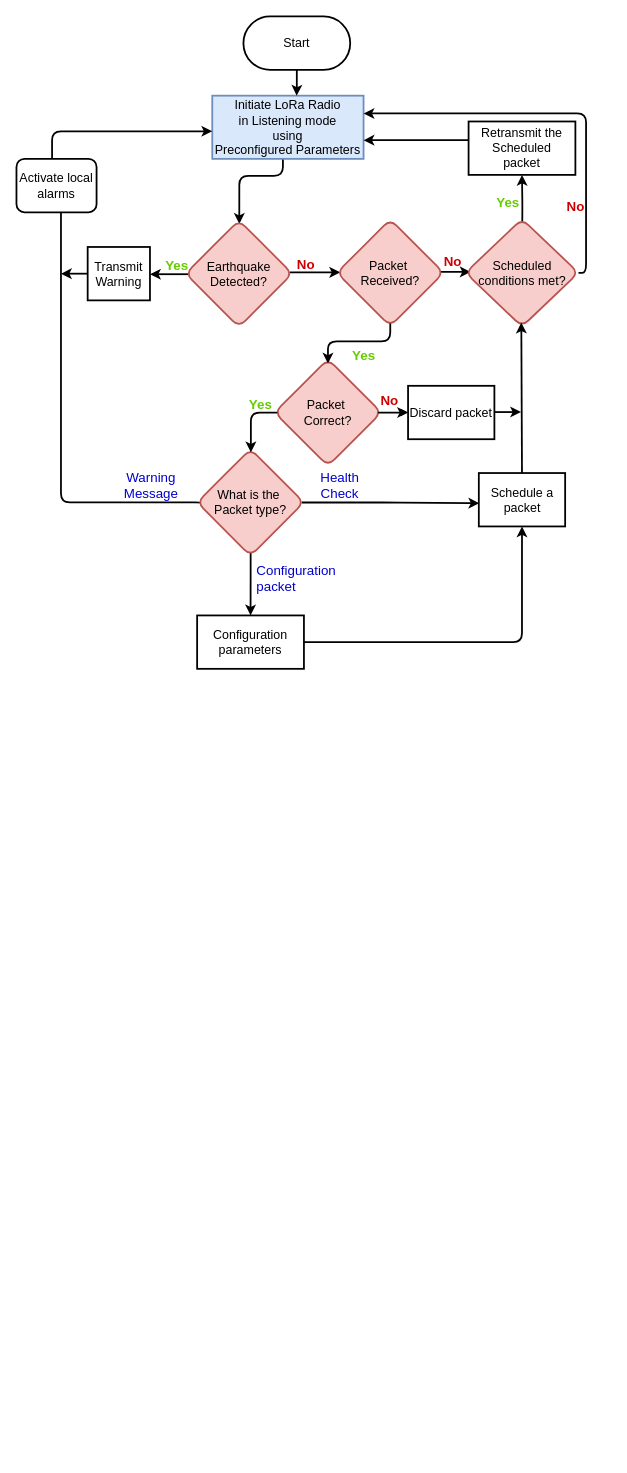
NuwanUdara/my-diagrams keeps this draw.io diagram as Relay_Node.drawio. Above is the earlier version. Source tidied: cells renumbered, new cells numbered last; positions are measured from the earlier drawing's top-left corner, leaving out a move shared by most shapes. Both pictures are drawn from the tidied source at 89%, with x=0, y=0 at pixel (16, 16).
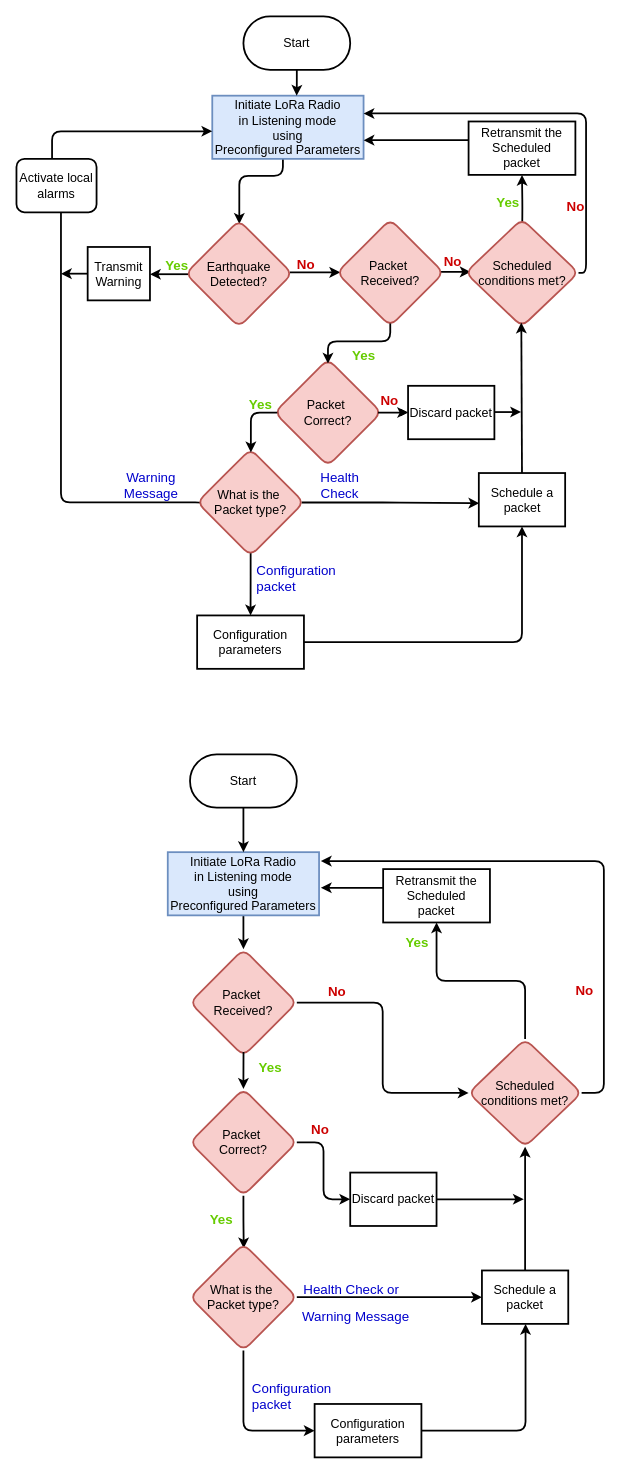
The same page after the edit.

What changed in the source:
```diff
@@
+    <mxCell id="46" style="edgeStyle=orthogonalEdgeStyle;rounded=1;jettySize=auto;html=1;entryX=0.5;entryY=0;entryDx=0;entryDy=0;strokeColor=default;strokeWidth=2;align=center;verticalAlign=middle;fontFamily=Helvetica;fontSize=11;fontColor=default;labelBackgroundColor=default;endArrow=classic;" parent="1" edge="1" source="47" target="50">
+      <mxGeometry relative="1" as="geometry">
+        <Array as="points">
+          <mxPoint x="255" y="1029" />
+          <mxPoint x="255" y="1029" />
+        </Array>
+      </mxGeometry>
+    </mxCell>
+    <mxCell id="47" value="Initiate LoRa Radio&lt;br style=&quot;font-size: 14px;&quot;&gt;in Listening mode&lt;div style=&quot;font-size: 14px;&quot;&gt;using&lt;/div&gt;&lt;div style=&quot;font-size: 14px;&quot;&gt;Preconfigured Parameters&lt;br&gt;&lt;/div&gt;" style="rounded=1;whiteSpace=wrap;html=1;arcSize=0;fillColor=#dae8fc;strokeColor=#6c8ebf;fontStyle=0;fontSize=14;strokeWidth=2;" parent="1" vertex="1">
+      <mxGeometry x="170" y="939" width="170" height="71" as="geometry" />
+    </mxCell>
+    <mxCell id="48" style="edgeStyle=orthogonalEdgeStyle;rounded=1;jettySize=auto;html=1;strokeColor=default;align=center;verticalAlign=middle;fontFamily=Helvetica;fontSize=11;fontColor=default;labelBackgroundColor=default;endArrow=classic;strokeWidth=2;" parent="1" edge="1" source="49" target="47">
+      <mxGeometry relative="1" as="geometry">
+        <Array as="points">
+          <mxPoint x="255" y="909" />
+          <mxPoint x="255" y="909" />
+        </Array>
+      </mxGeometry>
+    </mxCell>
+    <mxCell id="49" value="Start" style="rounded=1;whiteSpace=wrap;html=1;arcSize=50;fontStyle=0;fontSize=14;strokeWidth=2;" parent="1" vertex="1">
+      <mxGeometry x="195" y="829" width="120" height="60" as="geometry" />
+    </mxCell>
+    <mxCell id="50" value="Packet&amp;nbsp;&lt;div&gt;Received?&lt;/div&gt;" style="rhombus;whiteSpace=wrap;html=1;rounded=1;fillColor=#f8cecc;strokeColor=#b85450;fontStyle=0;fontSize=14;strokeWidth=2;" parent="1" vertex="1">
+      <mxGeometry x="195" y="1048" width="120" height="120" as="geometry" />
+    </mxCell>
+    <mxCell id="51" style="edgeStyle=orthogonalEdgeStyle;rounded=1;jettySize=auto;html=1;strokeWidth=2;curved=0;exitX=1;exitY=0.5;exitDx=0;exitDy=0;fontStyle=0;" parent="1" edge="1" source="50" target="54">
+      <mxGeometry relative="1" as="geometry" />
+    </mxCell>
+    <mxCell id="52" style="edgeStyle=orthogonalEdgeStyle;rounded=1;jettySize=auto;html=1;exitX=0.5;exitY=0;exitDx=0;exitDy=0;entryX=0.5;entryY=1;entryDx=0;entryDy=0;curved=0;strokeWidth=2;fontStyle=0;" parent="1" edge="1" source="54" target="56">
+      <mxGeometry relative="1" as="geometry" />
+    </mxCell>
+    <mxCell id="53" style="edgeStyle=orthogonalEdgeStyle;shape=connector;rounded=1;jettySize=auto;html=1;exitX=1;exitY=0.5;exitDx=0;exitDy=0;strokeColor=default;strokeWidth=2;align=center;verticalAlign=middle;fontFamily=Helvetica;fontSize=11;fontColor=default;fontStyle=1;labelBackgroundColor=default;endArrow=classic;flowAnimation=0;curved=0;" parent="1" edge="1" source="54">
+      <mxGeometry relative="1" as="geometry">
+        <mxPoint x="342" y="949" as="targetPoint" />
+        <Array as="points">
+          <mxPoint x="660" y="1209" />
+          <mxPoint x="660" y="949" />
+        </Array>
+      </mxGeometry>
+    </mxCell>
+    <mxCell id="54" value="Scheduled&lt;br style=&quot;font-size: 14px;&quot;&gt;conditions met?" style="rhombus;whiteSpace=wrap;html=1;rounded=1;fillColor=#f8cecc;strokeColor=#b85450;fontStyle=0;fontSize=14;strokeWidth=2;" parent="1" vertex="1">
+      <mxGeometry x="508" y="1149" width="127" height="121" as="geometry" />
+    </mxCell>
+    <mxCell id="55" style="edgeStyle=orthogonalEdgeStyle;rounded=0;orthogonalLoop=1;jettySize=auto;html=1;entryX=1;entryY=0.5;entryDx=0;entryDy=0;flowAnimation=0;fontStyle=1;strokeWidth=2;" parent="1" edge="1">
+      <mxGeometry relative="1" as="geometry">
+        <mxPoint x="460" y="979" as="sourcePoint" />
+        <mxPoint x="342" y="979" as="targetPoint" />
+      </mxGeometry>
+    </mxCell>
+    <mxCell id="56" value="Retransmit the&lt;br style=&quot;font-size: 14px;&quot;&gt;Scheduled&lt;br style=&quot;font-size: 14px;&quot;&gt;packet" style="rounded=0;whiteSpace=wrap;html=1;fontStyle=0;fontSize=14;strokeWidth=2;" parent="1" vertex="1">
+      <mxGeometry x="412" y="958" width="120" height="60" as="geometry" />
+    </mxCell>
+    <mxCell id="57" value="Yes" style="edgeLabel;html=1;align=center;verticalAlign=middle;fontStyle=1;fontColor=#66CC00;fontSize=15;labelBackgroundColor=none;" parent="1" vertex="1">
+      <mxGeometry x="465" y="1039" as="geometry">
+        <mxPoint x="-16" as="offset" />
+      </mxGeometry>
+    </mxCell>
+    <mxCell id="58" value="&lt;b&gt;No&lt;/b&gt;" style="edgeLabel;html=1;align=center;verticalAlign=middle;rounded=1;fontStyle=0;fontColor=#CC0000;fontSize=15;labelBackgroundColor=none;" parent="1" vertex="1">
+      <mxGeometry x="210" y="1109" as="geometry">
+        <mxPoint x="149" y="-15" as="offset" />
+      </mxGeometry>
+    </mxCell>
+    <mxCell id="59" value="&lt;b&gt;No&lt;/b&gt;" style="edgeLabel;html=1;align=center;verticalAlign=middle;rounded=1;fontStyle=0;fontColor=#CC0000;fontSize=15;labelBackgroundColor=none;" parent="1" vertex="1">
+      <mxGeometry x="488.5" y="1108" as="geometry">
+        <mxPoint x="149" y="-15" as="offset" />
+      </mxGeometry>
+    </mxCell>
+    <mxCell id="60" style="edgeStyle=orthogonalEdgeStyle;shape=connector;rounded=1;jettySize=auto;html=1;strokeColor=default;strokeWidth=2;align=center;verticalAlign=middle;fontFamily=Helvetica;fontSize=11;fontColor=default;labelBackgroundColor=default;endArrow=classic;entryX=0.503;entryY=0.043;entryDx=0;entryDy=0;entryPerimeter=0;" parent="1" edge="1" source="62" target="73">
+      <mxGeometry relative="1" as="geometry" />
+    </mxCell>
+    <mxCell id="61" style="edgeStyle=orthogonalEdgeStyle;shape=connector;rounded=1;jettySize=auto;html=1;entryX=0;entryY=0.5;entryDx=0;entryDy=0;strokeColor=default;strokeWidth=2;align=center;verticalAlign=middle;fontFamily=Helvetica;fontSize=11;fontColor=default;labelBackgroundColor=default;endArrow=classic;" parent="1" edge="1" source="62" target="66">
+      <mxGeometry relative="1" as="geometry" />
+    </mxCell>
+    <mxCell id="62" value="&lt;div&gt;Packet&amp;nbsp;&lt;/div&gt;&lt;div&gt;Correct?&lt;/div&gt;" style="rhombus;whiteSpace=wrap;html=1;rounded=1;fillColor=#f8cecc;strokeColor=#b85450;fontStyle=0;fontSize=14;strokeWidth=2;" parent="1" vertex="1">
+      <mxGeometry x="195" y="1205" width="120" height="120" as="geometry" />
+    </mxCell>
+    <mxCell id="63" style="endArrow=classic;html=1;rounded=1;curved=0;strokeWidth=2;entryX=0.5;entryY=0;entryDx=0;entryDy=0;exitX=0.501;exitY=0.962;exitDx=0;exitDy=0;exitPerimeter=0;" parent="1" edge="1" source="50" target="62">
+      <mxGeometry relative="1" as="geometry">
+        <Array as="points">
+          <mxPoint x="255" y="1189" />
+        </Array>
+      </mxGeometry>
+    </mxCell>
+    <mxCell id="64" value="Yes" style="edgeLabel;html=1;align=center;verticalAlign=middle;rounded=1;fontStyle=1;fontColor=#66CC00;fontSize=15;labelBackgroundColor=none;" parent="1" vertex="1">
+      <mxGeometry x="285" y="1179" as="geometry">
+        <mxPoint x="-1" y="1" as="offset" />
+      </mxGeometry>
+    </mxCell>
+    <mxCell id="65" style="edgeStyle=orthogonalEdgeStyle;shape=connector;rounded=1;jettySize=auto;html=1;strokeColor=default;strokeWidth=2;align=center;verticalAlign=middle;fontFamily=Helvetica;fontSize=11;fontColor=default;labelBackgroundColor=default;endArrow=classic;" parent="1" edge="1" source="66">
+      <mxGeometry relative="1" as="geometry">
+        <mxPoint x="570" y="1329" as="targetPoint" />
+      </mxGeometry>
+    </mxCell>
+    <mxCell id="66" value="Discard packet" style="rounded=0;whiteSpace=wrap;html=1;fontStyle=0;fontSize=14;strokeWidth=2;" parent="1" vertex="1">
+      <mxGeometry x="375" y="1299" width="97" height="60" as="geometry" />
+    </mxCell>
+    <mxCell id="67" value="No" style="edgeLabel;html=1;align=center;verticalAlign=middle;rounded=1;fontStyle=1;fontColor=#CC0000;fontSize=15;labelBackgroundColor=none;" parent="1" vertex="1">
+      <mxGeometry x="340" y="1249" as="geometry" />
+    </mxCell>
+    <mxCell id="68" value="Configuration&amp;nbsp;&lt;div style=&quot;font-size: 15px;&quot;&gt;packet&lt;/div&gt;" style="edgeLabel;html=1;align=left;verticalAlign=middle;rounded=1;labelBackgroundColor=none;fontColor=#0000CC;fontStyle=0;fontSize=15;" parent="1" vertex="1">
+      <mxGeometry x="263" y="1549" as="geometry" />
+    </mxCell>
+    <mxCell id="69" style="edgeStyle=orthogonalEdgeStyle;shape=connector;rounded=1;jettySize=auto;html=1;strokeColor=default;strokeWidth=2;align=center;verticalAlign=middle;fontFamily=Helvetica;fontSize=11;fontColor=default;labelBackgroundColor=default;endArrow=classic;" parent="1" edge="1" source="70" target="75">
+      <mxGeometry relative="1" as="geometry">
+        <Array as="points">
+          <mxPoint x="572" y="1589" />
+        </Array>
+      </mxGeometry>
+    </mxCell>
+    <mxCell id="70" value="Configuration&lt;div style=&quot;font-size: 14px;&quot;&gt;parameters&lt;/div&gt;" style="rounded=0;whiteSpace=wrap;html=1;fontStyle=0;fontSize=14;strokeWidth=2;" parent="1" vertex="1">
+      <mxGeometry x="335" y="1559" width="120" height="60" as="geometry" />
+    </mxCell>
+    <mxCell id="71" style="edgeStyle=orthogonalEdgeStyle;shape=connector;rounded=1;jettySize=auto;html=1;exitX=0.5;exitY=1;exitDx=0;exitDy=0;entryX=0;entryY=0.5;entryDx=0;entryDy=0;strokeColor=default;strokeWidth=2;align=center;verticalAlign=middle;fontFamily=Helvetica;fontSize=11;fontColor=default;labelBackgroundColor=default;endArrow=classic;" parent="1" edge="1" source="73" target="70">
+      <mxGeometry relative="1" as="geometry" />
+    </mxCell>
+    <mxCell id="72" style="edgeStyle=orthogonalEdgeStyle;shape=connector;rounded=1;jettySize=auto;html=1;entryX=0;entryY=0.5;entryDx=0;entryDy=0;strokeColor=default;strokeWidth=2;align=center;verticalAlign=middle;fontFamily=Helvetica;fontSize=11;fontColor=default;labelBackgroundColor=default;endArrow=classic;" parent="1" edge="1" source="73" target="75">
+      <mxGeometry relative="1" as="geometry" />
+    </mxCell>
+    <mxCell id="73" value="What is the&amp;nbsp;&lt;div style=&quot;font-size: 14px;&quot;&gt;Packet type?&lt;/div&gt;" style="rhombus;whiteSpace=wrap;html=1;rounded=1;fillColor=#f8cecc;strokeColor=#b85450;fontStyle=0;fontSize=14;strokeWidth=2;" parent="1" vertex="1">
+      <mxGeometry x="195" y="1379" width="120" height="120" as="geometry" />
+    </mxCell>
+    <mxCell id="74" style="edgeStyle=orthogonalEdgeStyle;shape=connector;rounded=1;jettySize=auto;html=1;strokeColor=default;strokeWidth=2;align=center;verticalAlign=middle;fontFamily=Helvetica;fontSize=11;fontColor=default;labelBackgroundColor=default;endArrow=classic;" parent="1" edge="1" source="75" target="54">
+      <mxGeometry relative="1" as="geometry" />
+    </mxCell>
+    <mxCell id="75" value="Schedule a packet" style="rounded=0;whiteSpace=wrap;html=1;fontStyle=0;fontSize=14;strokeWidth=2;" parent="1" vertex="1">
+      <mxGeometry x="523" y="1409" width="97" height="60" as="geometry" />
+    </mxCell>
+    <mxCell id="76" value="Warning Message" style="edgeLabel;html=1;align=center;verticalAlign=middle;rounded=1;labelBackgroundColor=none;fontColor=#0000CC;fontStyle=0;fontSize=15;" parent="1" vertex="1">
+      <mxGeometry x="380" y="1459" as="geometry" />
+    </mxCell>
+    <mxCell id="77" value="Health Check or" style="edgeLabel;html=1;align=center;verticalAlign=middle;rounded=1;labelBackgroundColor=none;fontColor=#0000CC;fontStyle=0;fontSize=15;" parent="1" vertex="1">
+      <mxGeometry x="375" y="1429" as="geometry" />
+    </mxCell>
+    <mxCell id="78" value="Yes" style="edgeLabel;html=1;align=center;verticalAlign=middle;rounded=1;fontStyle=1;fontColor=#66CC00;fontSize=15;labelBackgroundColor=none;" parent="1" vertex="1">
+      <mxGeometry x="230" y="1349" as="geometry">
+        <mxPoint x="-1" y="1" as="offset" />
+      </mxGeometry>
+    </mxCell>
```
